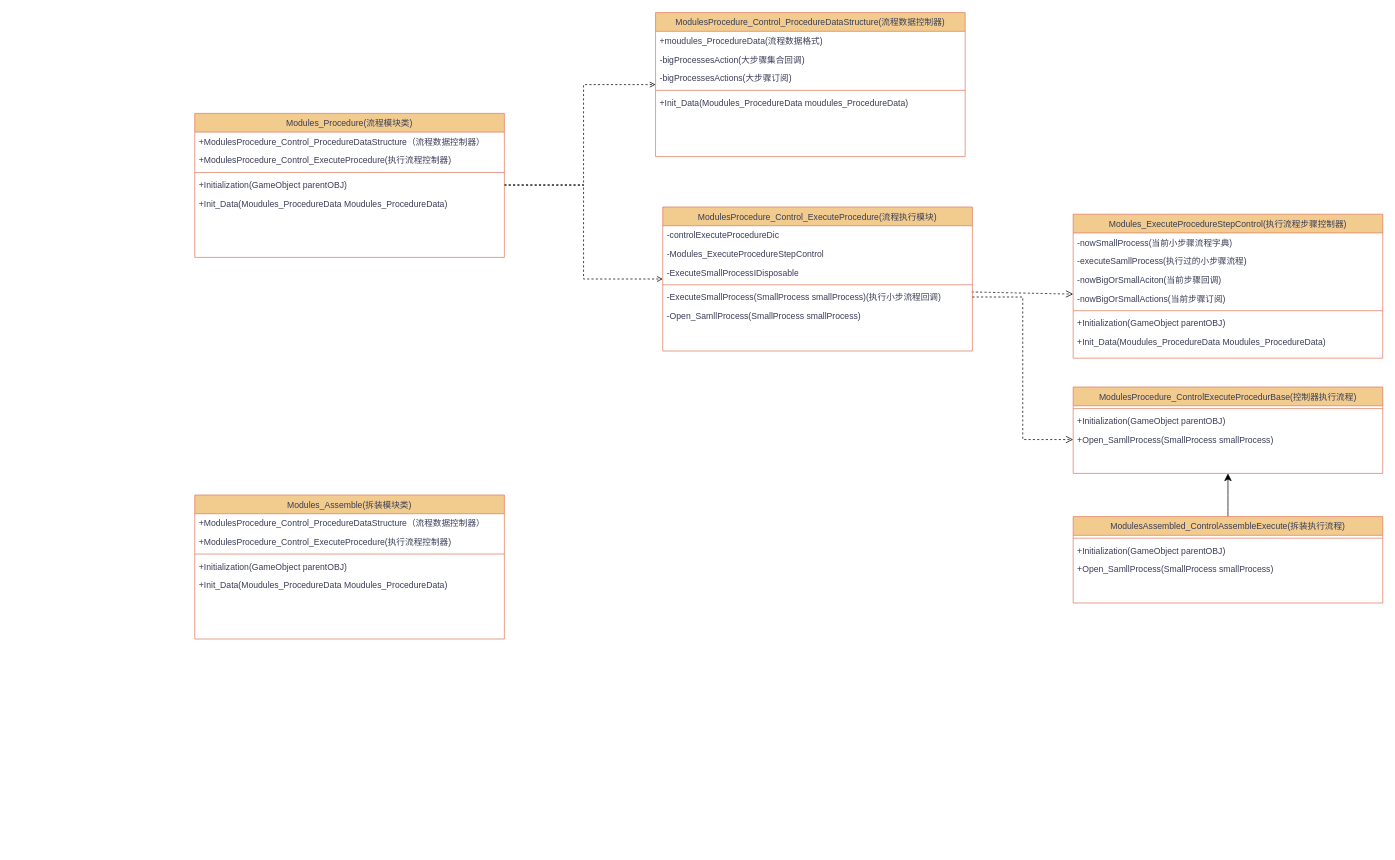
Earlier version of the draw.io diagram Obosky/Assemble.drawio (guiyewang/draw.io). Source tidied: cells renumbered, new cells numbered last; positions are measured from the earlier drawing's top-left corner, leaving out a move shared by most shapes. Both pictures are drawn from the tidied source at 72%, with x=0, y=0 at pixel (194, 12).
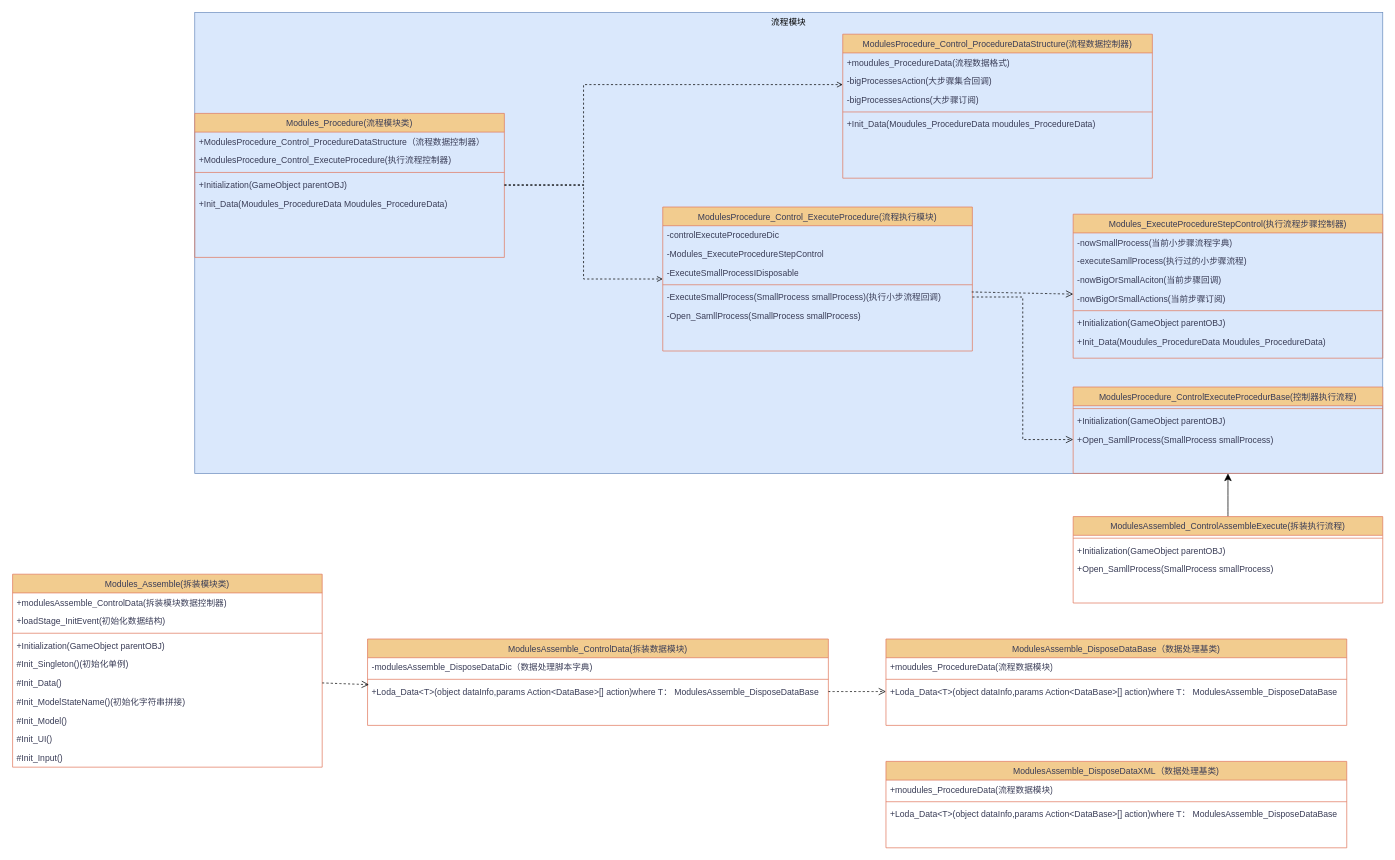
Above is the later version.

Unchanged cells that the change refers to:
```xml
<mxCell id="7" value="+Initialization(GameObject parentOBJ)" style="text;align=left;verticalAlign=top;spacingLeft=4;spacingRight=4;overflow=hidden;points=[[0,0.5],[1,0.5]];portConstraint=eastwest;labelBackgroundColor=none;fontColor=#393C56;rounded=0;" parent="3" vertex="1">
  <mxGeometry y="86" width="430" height="26" as="geometry" />
</mxCell>
<mxCell id="21" value="-ExecuteSmallProcess(SmallProcess smallProcess)(执行小步流程回调)" style="text;align=left;verticalAlign=top;spacingLeft=4;spacingRight=4;overflow=hidden;points=[[0,0.5],[1,0.5]];portConstraint=eastwest;labelBackgroundColor=none;fontColor=#393C56;rounded=0;" parent="16" vertex="1">
  <mxGeometry y="112" width="430" height="26" as="geometry" />
</mxCell>
<mxCell id="27" value="-nowBigOrSmallAciton(当前步骤回调)" style="text;align=left;verticalAlign=top;spacingLeft=4;spacingRight=4;overflow=hidden;points=[[0,0.5],[1,0.5]];portConstraint=eastwest;rounded=0;shadow=0;html=0;labelBackgroundColor=none;fontColor=#393C56;" parent="24" vertex="1">
  <mxGeometry y="78" width="430" height="26" as="geometry" />
</mxCell>
<mxCell id="35" value="+Open_SamllProcess(SmallProcess smallProcess)" style="text;align=left;verticalAlign=top;spacingLeft=4;spacingRight=4;overflow=hidden;points=[[0,0.5],[1,0.5]];portConstraint=eastwest;labelBackgroundColor=none;fontColor=#393C56;rounded=0;" parent="32" vertex="1">
  <mxGeometry y="60" width="430" height="26" as="geometry" />
</mxCell>
```

The edit, as a diff of the source:
```diff
@@
-    <mxCell id="2" style="edgeStyle=orthogonalEdgeStyle;rounded=0;jettySize=auto;html=1;dashed=1;endArrow=open;endFill=0;" parent="1" edge="1" source="3" target="9">
-      <mxGeometry relative="1" as="geometry">
-        <Array as="points">
-          <mxPoint x="540" y="240" />
-          <mxPoint x="540" y="100" />
-        </Array>
-      </mxGeometry>
-    </mxCell>
+    <mxCell id="37" style="edgeStyle=none;curved=1;rounded=0;jettySize=auto;html=1;exitX=0.5;exitY=0;exitDx=0;exitDy=0;entryX=0.5;entryY=1;entryDx=0;entryDy=0;fontSize=12;startSize=8;endSize=8;" parent="1" edge="1" source="38" target="32">
+      <mxGeometry relative="1" as="geometry" />
+    </mxCell>
+    <mxCell id="38" value="ModulesAssembled_ControlAssembleExecute(拆装执行流程)" style="swimlane;fontStyle=0;align=center;verticalAlign=top;horizontal=1;startSize=26;rounded=0;shadow=0;strokeWidth=1;labelBackgroundColor=none;fillColor=#F2CC8F;strokeColor=#E07A5F;fontColor=#393C56;whiteSpace=wrap;" parent="1" vertex="1">
+      <mxGeometry x="1220" y="700" width="430" height="120" as="geometry" />
+    </mxCell>
+    <mxCell id="39" style="line;html=1;strokeWidth=1;align=left;verticalAlign=middle;spacingTop=-1;spacingLeft=3;spacingRight=3;labelPosition=right;labelBackgroundColor=none;fillColor=#F2CC8F;strokeColor=#E07A5F;fontColor=#393C56;rounded=0;" parent="38" vertex="1">
+      <mxGeometry y="26" width="430" height="8" as="geometry" />
+    </mxCell>
+    <mxCell id="40" value="+Initialization(GameObject parentOBJ)" style="text;align=left;verticalAlign=top;spacingLeft=4;spacingRight=4;overflow=hidden;labelBackgroundColor=none;fontColor=#393C56;rounded=0;" parent="38" vertex="1">
+      <mxGeometry y="34" width="430" height="26" as="geometry" />
+    </mxCell>
+    <mxCell id="41" value="+Open_SamllProcess(SmallProcess smallProcess)" style="text;align=left;verticalAlign=top;spacingLeft=4;spacingRight=4;overflow=hidden;labelBackgroundColor=none;fontColor=#393C56;rounded=0;" parent="38" vertex="1">
+      <mxGeometry y="60" width="430" height="26" as="geometry" />
+    </mxCell>
+    <mxCell id="42" value="Modules_Assemble(拆装模块类)" style="swimlane;fontStyle=0;align=center;verticalAlign=top;horizontal=1;startSize=26;rounded=0;shadow=0;strokeWidth=1;labelBackgroundColor=none;fillColor=#F2CC8F;strokeColor=#E07A5F;fontColor=#393C56;whiteSpace=wrap;" parent="1" vertex="1">
+      <mxGeometry x="-253" y="780" width="430" height="268" as="geometry" />
+    </mxCell>
+    <mxCell id="43" value="+modulesAssemble_ControlData(拆装模块数据控制器)" style="text;align=left;verticalAlign=top;spacingLeft=4;spacingRight=4;overflow=hidden;labelBackgroundColor=none;fontColor=#393C56;rounded=0;whiteSpace=wrap;" parent="42" vertex="1">
+      <mxGeometry y="26" width="430" height="26" as="geometry" />
+    </mxCell>
+    <mxCell id="44" value="+loadStage_InitEvent(初始化数据结构)" style="text;align=left;verticalAlign=top;spacingLeft=4;spacingRight=4;overflow=hidden;rounded=0;shadow=0;html=0;labelBackgroundColor=none;fontColor=#393C56;" parent="42" vertex="1">
+      <mxGeometry y="52" width="430" height="26" as="geometry" />
+    </mxCell>
+    <mxCell id="45" style="line;html=1;strokeWidth=1;align=left;verticalAlign=middle;spacingTop=-1;spacingLeft=3;spacingRight=3;labelPosition=right;labelBackgroundColor=none;fillColor=#F2CC8F;strokeColor=#E07A5F;fontColor=#393C56;rounded=0;" parent="42" vertex="1">
+      <mxGeometry y="78" width="430" height="8" as="geometry" />
+    </mxCell>
+    <mxCell id="46" value="+Initialization(GameObject parentOBJ)" style="text;align=left;verticalAlign=top;spacingLeft=4;spacingRight=4;overflow=hidden;labelBackgroundColor=none;fontColor=#393C56;rounded=0;" parent="42" vertex="1">
+      <mxGeometry y="86" width="430" height="26" as="geometry" />
+    </mxCell>
+    <mxCell id="47" value="#Init_Singleton()(初始化单例)" style="text;align=left;verticalAlign=top;spacingLeft=4;spacingRight=4;overflow=hidden;labelBackgroundColor=none;fontColor=#393C56;rounded=0;" parent="42" vertex="1">
+      <mxGeometry y="112" width="430" height="26" as="geometry" />
+    </mxCell>
+    <mxCell id="48" value="#Init_Data()" style="text;align=left;verticalAlign=top;spacingLeft=4;spacingRight=4;overflow=hidden;points=[[0,0.5],[1,0.5]];portConstraint=eastwest;labelBackgroundColor=none;fontColor=#393C56;rounded=0;" parent="42" vertex="1">
+      <mxGeometry y="138" width="430" height="26" as="geometry" />
+    </mxCell>
+    <mxCell id="49" value="#Init_ModelStateName()(初始化字符串拼接)" style="text;align=left;verticalAlign=top;spacingLeft=4;spacingRight=4;overflow=hidden;labelBackgroundColor=none;fontColor=#393C56;rounded=0;" parent="42" vertex="1">
+      <mxGeometry y="164" width="430" height="26" as="geometry" />
+    </mxCell>
+    <mxCell id="50" value="#Init_Model()" style="text;align=left;verticalAlign=top;spacingLeft=4;spacingRight=4;overflow=hidden;labelBackgroundColor=none;fontColor=#393C56;rounded=0;" parent="42" vertex="1">
+      <mxGeometry y="190" width="430" height="26" as="geometry" />
+    </mxCell>
+    <mxCell id="51" value="#Init_UI()" style="text;align=left;verticalAlign=top;spacingLeft=4;spacingRight=4;overflow=hidden;labelBackgroundColor=none;fontColor=#393C56;rounded=0;" parent="42" vertex="1">
+      <mxGeometry y="216" width="430" height="26" as="geometry" />
+    </mxCell>
+    <mxCell id="52" value="#Init_Input()" style="text;align=left;verticalAlign=top;spacingLeft=4;spacingRight=4;overflow=hidden;labelBackgroundColor=none;fontColor=#393C56;rounded=0;" parent="42" vertex="1">
+      <mxGeometry y="242" width="430" height="26" as="geometry" />
+    </mxCell>
+    <mxCell id="53" value="ModulesAssemble_ControlData(拆装数据模块)" style="swimlane;fontStyle=0;align=center;verticalAlign=top;horizontal=1;startSize=26;rounded=0;shadow=0;strokeWidth=1;labelBackgroundColor=none;fillColor=#F2CC8F;strokeColor=#E07A5F;fontColor=#393C56;whiteSpace=wrap;" parent="1" vertex="1">
+      <mxGeometry x="240" y="870" width="640" height="120" as="geometry" />
+    </mxCell>
+    <mxCell id="54" value="-modulesAssemble_DisposeDataDic（数据处理脚本字典)" style="text;align=left;verticalAlign=top;spacingLeft=4;spacingRight=4;overflow=hidden;labelBackgroundColor=none;fontColor=#393C56;rounded=0;whiteSpace=wrap;" parent="53" vertex="1">
+      <mxGeometry y="26" width="640" height="26" as="geometry" />
+    </mxCell>
+    <mxCell id="55" style="line;html=1;strokeWidth=1;align=left;verticalAlign=middle;spacingTop=-1;spacingLeft=3;spacingRight=3;labelPosition=right;labelBackgroundColor=none;fillColor=#F2CC8F;strokeColor=#E07A5F;fontColor=#393C56;rounded=0;" parent="53" vertex="1">
+      <mxGeometry y="52" width="640" height="8" as="geometry" />
+    </mxCell>
+    <mxCell id="56" value="+Loda_Data&lt;T&gt;(object dataInfo,params Action&lt;DataBase&gt;[] action)where T： ModulesAssemble_DisposeDataBase" style="text;align=left;verticalAlign=top;spacingLeft=4;spacingRight=4;overflow=hidden;points=[[0,0.5],[1,0.5]];portConstraint=eastwest;labelBackgroundColor=none;fontColor=#393C56;rounded=0;" parent="53" vertex="1">
+      <mxGeometry y="60" width="640" height="26" as="geometry" />
+    </mxCell>
+    <mxCell id="57" style="edgeStyle=none;curved=1;rounded=0;jettySize=auto;html=1;exitX=1;exitY=0.5;exitDx=0;exitDy=0;entryX=0.003;entryY=0.131;entryDx=0;entryDy=0;fontSize=12;startSize=8;endSize=8;dashed=1;endArrow=open;endFill=0;entryPerimeter=0;" parent="1" edge="1" source="48" target="56">
+      <mxGeometry relative="1" as="geometry" />
+    </mxCell>
+    <mxCell id="58" value="流程模块" style="group;fillColor=#dae8fc;strokeColor=#6c8ebf;" parent="1" vertex="1">
+      <mxGeometry width="1650" height="640" as="geometry" />
+    </mxCell>
-    <mxCell id="3" value="Modules_Procedure(流程模块类)" style="swimlane;fontStyle=0;align=center;verticalAlign=top;horizontal=1;startSize=26;rounded=0;shadow=0;strokeWidth=1;labelBackgroundColor=none;fillColor=#F2CC8F;strokeColor=#E07A5F;fontColor=#393C56;whiteSpace=wrap;" parent="1" vertex="1">
+    <mxCell id="3" value="Modules_Procedure(流程模块类)" style="swimlane;fontStyle=0;align=center;verticalAlign=top;horizontal=1;startSize=26;rounded=0;shadow=0;strokeWidth=1;labelBackgroundColor=none;fillColor=#F2CC8F;strokeColor=#E07A5F;fontColor=#393C56;whiteSpace=wrap;" parent="58" vertex="1">
       <mxGeometry y="140" width="430" height="200" as="geometry" />
     </mxCell>
@@
-    <mxCell id="9" value="ModulesProcedure_Control_ProcedureDataStructure(流程数据控制器)" style="swimlane;fontStyle=0;align=center;verticalAlign=top;horizontal=1;startSize=26;rounded=0;shadow=0;strokeWidth=1;labelBackgroundColor=none;fillColor=#F2CC8F;strokeColor=#E07A5F;fontColor=#393C56;whiteSpace=wrap;" parent="1" vertex="1">
-      <mxGeometry x="640" width="430" height="200" as="geometry" />
+    <mxCell id="9" value="ModulesProcedure_Control_ProcedureDataStructure(流程数据控制器)" style="swimlane;fontStyle=0;align=center;verticalAlign=top;horizontal=1;startSize=26;rounded=0;shadow=0;strokeWidth=1;labelBackgroundColor=none;fillColor=#F2CC8F;strokeColor=#E07A5F;fontColor=#393C56;whiteSpace=wrap;" parent="58" vertex="1">
+      <mxGeometry x="900" y="30" width="430" height="200" as="geometry" />
     </mxCell>
@@
-    <mxCell id="15" style="edgeStyle=none;curved=1;rounded=0;jettySize=auto;html=1;fontSize=12;startSize=8;endSize=8;dashed=1;endArrow=open;endFill=0;exitX=0.998;exitY=0.231;exitDx=0;exitDy=0;exitPerimeter=0;entryX=0;entryY=1.269;entryDx=0;entryDy=0;entryPerimeter=0;" parent="1" edge="1" source="21" target="27">
-      <mxGeometry relative="1" as="geometry" />
-    </mxCell>
+    <mxCell id="2" style="edgeStyle=orthogonalEdgeStyle;rounded=0;jettySize=auto;html=1;dashed=1;endArrow=open;endFill=0;" parent="58" edge="1" source="3" target="9">
+      <mxGeometry relative="1" as="geometry">
+        <Array as="points">
+          <mxPoint x="540" y="240" />
+          <mxPoint x="540" y="100" />
+        </Array>
+      </mxGeometry>
+    </mxCell>
-    <mxCell id="16" value="ModulesProcedure_Control_ExecuteProcedure(流程执行模块)" style="swimlane;fontStyle=0;align=center;verticalAlign=top;horizontal=1;startSize=26;rounded=0;shadow=0;strokeWidth=1;labelBackgroundColor=none;fillColor=#F2CC8F;strokeColor=#E07A5F;fontColor=#393C56;whiteSpace=wrap;" parent="1" vertex="1">
+    <mxCell id="16" value="ModulesProcedure_Control_ExecuteProcedure(流程执行模块)" style="swimlane;fontStyle=0;align=center;verticalAlign=top;horizontal=1;startSize=26;rounded=0;shadow=0;strokeWidth=1;labelBackgroundColor=none;fillColor=#F2CC8F;strokeColor=#E07A5F;fontColor=#393C56;whiteSpace=wrap;" parent="58" vertex="1">
       <mxGeometry x="650" y="270" width="430" height="200" as="geometry" />
     </mxCell>
@@
-    <mxCell id="23" style="edgeStyle=orthogonalEdgeStyle;rounded=0;jettySize=auto;html=1;exitX=1;exitY=0.5;exitDx=0;exitDy=0;entryX=0;entryY=0.5;entryDx=0;entryDy=0;dashed=1;endArrow=open;endFill=0;" parent="1" edge="1" source="7" target="16">
+    <mxCell id="23" style="edgeStyle=orthogonalEdgeStyle;rounded=0;jettySize=auto;html=1;exitX=1;exitY=0.5;exitDx=0;exitDy=0;entryX=0;entryY=0.5;entryDx=0;entryDy=0;dashed=1;endArrow=open;endFill=0;" parent="58" edge="1" source="7" target="16">
       <mxGeometry relative="1" as="geometry">
         <Array as="points">
           <mxPoint x="540" y="239" />
           <mxPoint x="540" y="370" />
         </Array>
       </mxGeometry>
     </mxCell>
-    <mxCell id="24" value="Modules_ExecuteProcedureStepControl(执行流程步骤控制器)" style="swimlane;fontStyle=0;align=center;verticalAlign=top;horizontal=1;startSize=26;rounded=0;shadow=0;strokeWidth=1;labelBackgroundColor=none;fillColor=#F2CC8F;strokeColor=#E07A5F;fontColor=#393C56;whiteSpace=wrap;" parent="1" vertex="1">
+    <mxCell id="24" value="Modules_ExecuteProcedureStepControl(执行流程步骤控制器)" style="swimlane;fontStyle=0;align=center;verticalAlign=top;horizontal=1;startSize=26;rounded=0;shadow=0;strokeWidth=1;labelBackgroundColor=none;fillColor=#F2CC8F;strokeColor=#E07A5F;fontColor=#393C56;whiteSpace=wrap;" parent="58" vertex="1">
       <mxGeometry x="1220" y="280" width="430" height="200" as="geometry" />
     </mxCell>
@@
+    <mxCell id="15" style="edgeStyle=none;curved=1;rounded=0;jettySize=auto;html=1;fontSize=12;startSize=8;endSize=8;dashed=1;endArrow=open;endFill=0;exitX=0.998;exitY=0.231;exitDx=0;exitDy=0;exitPerimeter=0;entryX=0;entryY=1.269;entryDx=0;entryDy=0;entryPerimeter=0;" parent="58" edge="1" source="21" target="27">
+      <mxGeometry relative="1" as="geometry" />
+    </mxCell>
-    <mxCell id="32" value="ModulesProcedure_ControlExecuteProcedurBase(控制器执行流程)" style="swimlane;fontStyle=0;align=center;verticalAlign=top;horizontal=1;startSize=26;rounded=0;shadow=0;strokeWidth=1;labelBackgroundColor=none;fillColor=#F2CC8F;strokeColor=#E07A5F;fontColor=#393C56;whiteSpace=wrap;" parent="1" vertex="1">
+    <mxCell id="32" value="ModulesProcedure_ControlExecuteProcedurBase(控制器执行流程)" style="swimlane;fontStyle=0;align=center;verticalAlign=top;horizontal=1;startSize=26;rounded=0;shadow=0;strokeWidth=1;labelBackgroundColor=none;fillColor=#F2CC8F;strokeColor=#E07A5F;fontColor=#393C56;whiteSpace=wrap;" parent="58" vertex="1">
       <mxGeometry x="1220" y="520" width="430" height="120" as="geometry" />
     </mxCell>
@@
-    <mxCell id="36" style="edgeStyle=orthogonalEdgeStyle;rounded=0;jettySize=auto;html=1;exitX=1;exitY=0.5;exitDx=0;exitDy=0;entryX=0;entryY=0.5;entryDx=0;entryDy=0;fontSize=12;startSize=8;endSize=8;dashed=1;endArrow=open;endFill=0;" parent="1" edge="1" source="21" target="35">
+    <mxCell id="36" style="edgeStyle=orthogonalEdgeStyle;rounded=0;jettySize=auto;html=1;exitX=1;exitY=0.5;exitDx=0;exitDy=0;entryX=0;entryY=0.5;entryDx=0;entryDy=0;fontSize=12;startSize=8;endSize=8;dashed=1;endArrow=open;endFill=0;" parent="58" edge="1" source="21" target="35">
       <mxGeometry relative="1" as="geometry" />
     </mxCell>
-    <mxCell id="37" style="edgeStyle=none;curved=1;rounded=0;jettySize=auto;html=1;exitX=0.5;exitY=0;exitDx=0;exitDy=0;entryX=0.5;entryY=1;entryDx=0;entryDy=0;fontSize=12;startSize=8;endSize=8;" parent="1" edge="1" source="38" target="32">
-      <mxGeometry relative="1" as="geometry" />
-    </mxCell>
-    <mxCell id="38" value="ModulesAssembled_ControlAssembleExecute(拆装执行流程)" style="swimlane;fontStyle=0;align=center;verticalAlign=top;horizontal=1;startSize=26;rounded=0;shadow=0;strokeWidth=1;labelBackgroundColor=none;fillColor=#F2CC8F;strokeColor=#E07A5F;fontColor=#393C56;whiteSpace=wrap;" parent="1" vertex="1">
-      <mxGeometry x="1220" y="700" width="430" height="120" as="geometry" />
-    </mxCell>
-    <mxCell id="39" style="line;html=1;strokeWidth=1;align=left;verticalAlign=middle;spacingTop=-1;spacingLeft=3;spacingRight=3;labelPosition=right;labelBackgroundColor=none;fillColor=#F2CC8F;strokeColor=#E07A5F;fontColor=#393C56;rounded=0;" parent="38" vertex="1">
-      <mxGeometry y="26" width="430" height="8" as="geometry" />
-    </mxCell>
-    <mxCell id="40" value="+Initialization(GameObject parentOBJ)" style="text;align=left;verticalAlign=top;spacingLeft=4;spacingRight=4;overflow=hidden;labelBackgroundColor=none;fontColor=#393C56;rounded=0;" parent="38" vertex="1">
-      <mxGeometry y="34" width="430" height="26" as="geometry" />
-    </mxCell>
-    <mxCell id="41" value="+Open_SamllProcess(SmallProcess smallProcess)" style="text;align=left;verticalAlign=top;spacingLeft=4;spacingRight=4;overflow=hidden;labelBackgroundColor=none;fontColor=#393C56;rounded=0;" parent="38" vertex="1">
-      <mxGeometry y="60" width="430" height="26" as="geometry" />
-    </mxCell>
-    <mxCell id="42" value="Modules_Assemble(拆装模块类)" style="swimlane;fontStyle=0;align=center;verticalAlign=top;horizontal=1;startSize=26;rounded=0;shadow=0;strokeWidth=1;labelBackgroundColor=none;fillColor=#F2CC8F;strokeColor=#E07A5F;fontColor=#393C56;whiteSpace=wrap;" parent="1" vertex="1">
-      <mxGeometry y="670" width="430" height="200" as="geometry" />
-    </mxCell>
-    <mxCell id="43" value="+ModulesProcedure_Control_ProcedureDataStructure（流程数据控制器）" style="text;align=left;verticalAlign=top;spacingLeft=4;spacingRight=4;overflow=hidden;labelBackgroundColor=none;fontColor=#393C56;rounded=0;whiteSpace=wrap;" parent="42" vertex="1">
-      <mxGeometry y="26" width="430" height="26" as="geometry" />
-    </mxCell>
-    <mxCell id="44" value="+ModulesProcedure_Control_ExecuteProcedure(执行流程控制器)" style="text;align=left;verticalAlign=top;spacingLeft=4;spacingRight=4;overflow=hidden;rounded=0;shadow=0;html=0;labelBackgroundColor=none;fontColor=#393C56;" parent="42" vertex="1">
-      <mxGeometry y="52" width="430" height="26" as="geometry" />
-    </mxCell>
-    <mxCell id="45" style="line;html=1;strokeWidth=1;align=left;verticalAlign=middle;spacingTop=-1;spacingLeft=3;spacingRight=3;labelPosition=right;labelBackgroundColor=none;fillColor=#F2CC8F;strokeColor=#E07A5F;fontColor=#393C56;rounded=0;" parent="42" vertex="1">
-      <mxGeometry y="78" width="430" height="8" as="geometry" />
-    </mxCell>
-    <mxCell id="46" value="+Initialization(GameObject parentOBJ)" style="text;align=left;verticalAlign=top;spacingLeft=4;spacingRight=4;overflow=hidden;labelBackgroundColor=none;fontColor=#393C56;rounded=0;" parent="42" vertex="1">
-      <mxGeometry y="86" width="430" height="26" as="geometry" />
-    </mxCell>
-    <mxCell id="47" value="+Init_Data(Moudules_ProcedureData Moudules_ProcedureData)" style="text;align=left;verticalAlign=top;spacingLeft=4;spacingRight=4;overflow=hidden;labelBackgroundColor=none;fontColor=#393C56;rounded=0;" parent="42" vertex="1">
-      <mxGeometry y="112" width="430" height="26" as="geometry" />
-    </mxCell>
+    <mxCell id="59" value="ModulesAssemble_DisposeDataBase（数据处理基类)" style="swimlane;fontStyle=0;align=center;verticalAlign=top;horizontal=1;startSize=26;rounded=0;shadow=0;strokeWidth=1;labelBackgroundColor=none;fillColor=#F2CC8F;strokeColor=#E07A5F;fontColor=#393C56;whiteSpace=wrap;" parent="1" vertex="1">
+      <mxGeometry x="960" y="870" width="640" height="120" as="geometry" />
+    </mxCell>
+    <mxCell id="60" value="+moudules_ProcedureData(流程数据模块)" style="text;align=left;verticalAlign=top;spacingLeft=4;spacingRight=4;overflow=hidden;labelBackgroundColor=none;fontColor=#393C56;rounded=0;whiteSpace=wrap;" parent="59" vertex="1">
+      <mxGeometry y="26" width="640" height="26" as="geometry" />
+    </mxCell>
+    <mxCell id="61" style="line;html=1;strokeWidth=1;align=left;verticalAlign=middle;spacingTop=-1;spacingLeft=3;spacingRight=3;labelPosition=right;labelBackgroundColor=none;fillColor=#F2CC8F;strokeColor=#E07A5F;fontColor=#393C56;rounded=0;" parent="59" vertex="1">
+      <mxGeometry y="52" width="640" height="8" as="geometry" />
+    </mxCell>
+    <mxCell id="62" value="+Loda_Data&lt;T&gt;(object dataInfo,params Action&lt;DataBase&gt;[] action)where T： ModulesAssemble_DisposeDataBase" style="text;align=left;verticalAlign=top;spacingLeft=4;spacingRight=4;overflow=hidden;points=[[0,0.5],[1,0.5]];portConstraint=eastwest;labelBackgroundColor=none;fontColor=#393C56;rounded=0;" parent="59" vertex="1">
+      <mxGeometry y="60" width="640" height="26" as="geometry" />
+    </mxCell>
+    <mxCell id="63" style="edgeStyle=none;curved=1;rounded=0;jettySize=auto;html=1;exitX=1;exitY=0.5;exitDx=0;exitDy=0;entryX=0;entryY=0.5;entryDx=0;entryDy=0;fontSize=12;startSize=8;endSize=8;dashed=1;endArrow=open;endFill=0;" parent="1" edge="1" source="56" target="62">
+      <mxGeometry relative="1" as="geometry" />
+    </mxCell>
+    <mxCell id="64" value="ModulesAssemble_DisposeDataXML（数据处理基类)" style="swimlane;fontStyle=0;align=center;verticalAlign=top;horizontal=1;startSize=26;rounded=0;shadow=0;strokeWidth=1;labelBackgroundColor=none;fillColor=#F2CC8F;strokeColor=#E07A5F;fontColor=#393C56;whiteSpace=wrap;" parent="1" vertex="1">
+      <mxGeometry x="960" y="1040" width="640" height="120" as="geometry" />
+    </mxCell>
+    <mxCell id="65" value="+moudules_ProcedureData(流程数据模块)" style="text;align=left;verticalAlign=top;spacingLeft=4;spacingRight=4;overflow=hidden;labelBackgroundColor=none;fontColor=#393C56;rounded=0;whiteSpace=wrap;" parent="64" vertex="1">
+      <mxGeometry y="26" width="640" height="26" as="geometry" />
+    </mxCell>
+    <mxCell id="66" style="line;html=1;strokeWidth=1;align=left;verticalAlign=middle;spacingTop=-1;spacingLeft=3;spacingRight=3;labelPosition=right;labelBackgroundColor=none;fillColor=#F2CC8F;strokeColor=#E07A5F;fontColor=#393C56;rounded=0;" parent="64" vertex="1">
+      <mxGeometry y="52" width="640" height="8" as="geometry" />
+    </mxCell>
+    <mxCell id="67" value="+Loda_Data&lt;T&gt;(object dataInfo,params Action&lt;DataBase&gt;[] action)where T： ModulesAssemble_DisposeDataBase" style="text;align=left;verticalAlign=top;spacingLeft=4;spacingRight=4;overflow=hidden;labelBackgroundColor=none;fontColor=#393C56;rounded=0;" parent="64" vertex="1">
+      <mxGeometry y="60" width="640" height="26" as="geometry" />
+    </mxCell>
```
